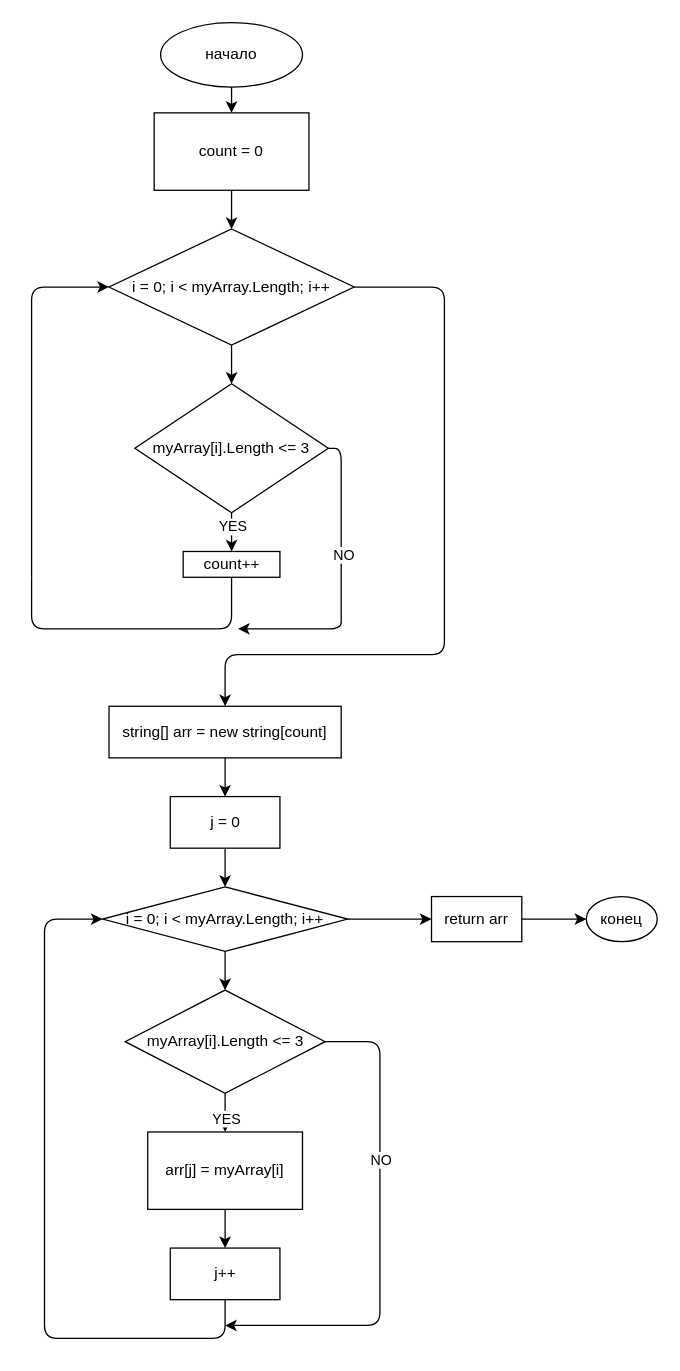
Before: block_diagram/1.drawio in AleandrSliwka/final_control_work_1, a draw.io diagram. Source tidied: cells renumbered, new cells numbered last; positions are measured from the earlier drawing's top-left corner, leaving out a move shared by most shapes. Both pictures are drawn from the tidied source at 129%, with x=0, y=0 at pixel (31, 22).
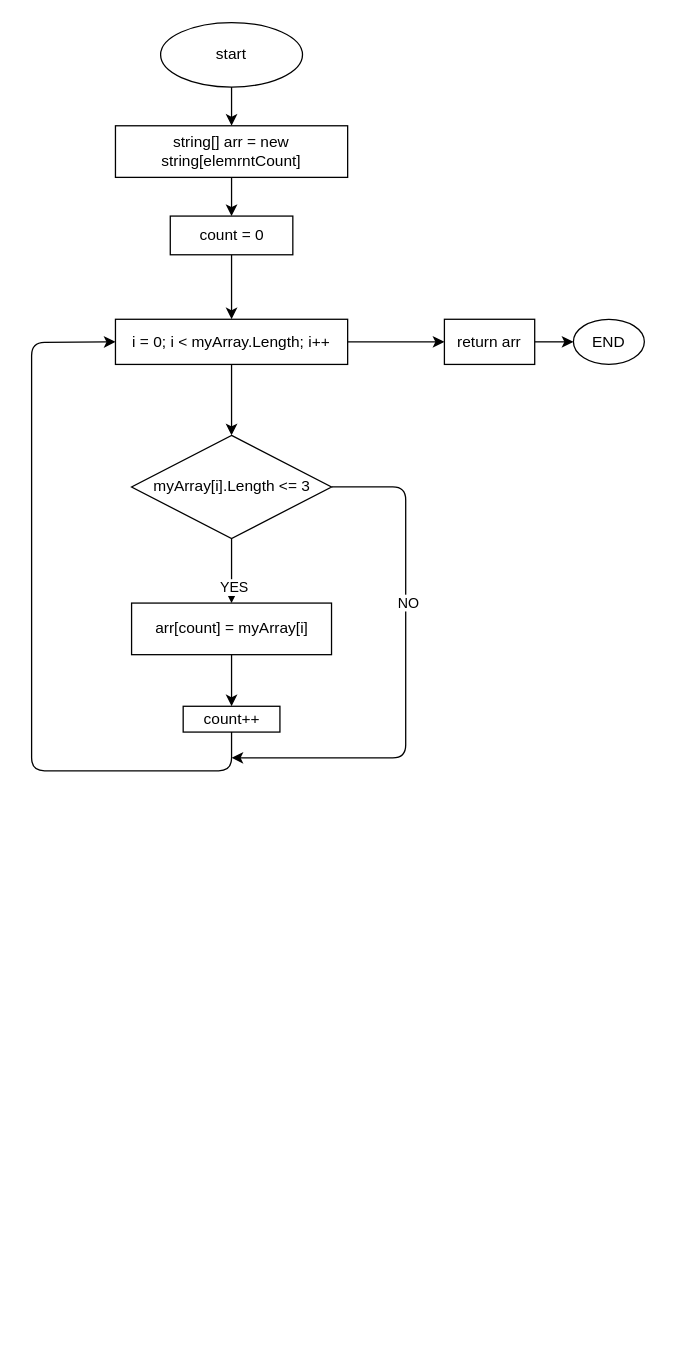
Above is the later version.

Commit message (it also covers changes not shown here):
Внес изменения в программу и в Блок-Схему

Unchanged cells that the change refers to:
```xml
<mxCell id="28" style="edgeStyle=none;html=1;" parent="1" edge="1" source="32" target="25">
  <mxGeometry relative="1" as="geometry" />
</mxCell>
```

Change to the diagram source:
```diff
@@
-    <mxCell id="2" style="edgeStyle=none;html=1;" parent="1" edge="1" source="3" target="5">
-      <mxGeometry relative="1" as="geometry" />
-    </mxCell>
+    <mxCell id="36" style="edgeStyle=none;html=1;" parent="1" edge="1" source="3" target="18">
+      <mxGeometry relative="1" as="geometry" />
+    </mxCell>
-    <mxCell id="3" value="начало" style="ellipse;whiteSpace=wrap;html=1;" parent="1" vertex="1">
+    <mxCell id="3" value="start" style="ellipse;whiteSpace=wrap;html=1;" parent="1" vertex="1">
       <mxGeometry x="100" width="110" height="50" as="geometry" />
     </mxCell>
-    <mxCell id="4" style="edgeStyle=none;html=1;" parent="1" edge="1" source="5" target="15">
-      <mxGeometry relative="1" as="geometry" />
-    </mxCell>
+    <mxCell id="37" style="edgeStyle=none;html=1;" parent="1" edge="1" source="5" target="46">
+      <mxGeometry relative="1" as="geometry" />
+    </mxCell>
     <mxCell id="5" value="count = 0" style="rounded=0;whiteSpace=wrap;html=1;" parent="1" vertex="1">
-      <mxGeometry x="95" y="70" width="120" height="60" as="geometry" />
+      <mxGeometry x="107.5" y="150" width="95" height="30" as="geometry" />
     </mxCell>
-    <mxCell id="6" style="edgeStyle=none;html=1;" parent="1" edge="1" source="10">
-      <mxGeometry relative="1" as="geometry">
-        <mxPoint x="160" y="470" as="targetPoint" />
-        <Array as="points">
-          <mxPoint x="240" y="330" />
-          <mxPoint x="240" y="450" />
-          <mxPoint x="240" y="470" />
-        </Array>
-      </mxGeometry>
-    </mxCell>
-    <mxCell id="7" value="NO" style="edgeLabel;html=1;align=center;verticalAlign=middle;" parent="6" vertex="1">
-      <mxGeometry x="-0.2" y="1" relative="1" as="geometry" />
-    </mxCell>
-    <mxCell id="8" style="edgeStyle=none;html=1;" parent="1" edge="1" source="10" target="12">
-      <mxGeometry relative="1" as="geometry" />
-    </mxCell>
-    <mxCell id="9" value="YES" style="edgeLabel;html=1;align=center;verticalAlign=middle;" parent="8" vertex="1">
-      <mxGeometry x="-0.35" relative="1" as="geometry" />
-    </mxCell>
-    <mxCell id="10" value="myArray[i].Length &amp;lt;= 3" style="rhombus;whiteSpace=wrap;html=1;" parent="1" vertex="1">
-      <mxGeometry x="80" y="280" width="150" height="100" as="geometry" />
-    </mxCell>
-    <mxCell id="11" style="edgeStyle=none;html=1;entryX=0;entryY=0.5;entryDx=0;entryDy=0;startArrow=none;" parent="1" edge="1" target="15">
-      <mxGeometry relative="1" as="geometry">
-        <mxPoint y="430" as="sourcePoint" />
-        <Array as="points">
-          <mxPoint y="205" />
-        </Array>
-      </mxGeometry>
-    </mxCell>
     <mxCell id="12" value="count++" style="rounded=0;whiteSpace=wrap;html=1;" parent="1" vertex="1">
-      <mxGeometry x="117.5" y="410" width="75" height="20" as="geometry" />
+      <mxGeometry x="117.5" y="530" width="75" height="20" as="geometry" />
     </mxCell>
-    <mxCell id="13" style="edgeStyle=none;html=1;" parent="1" edge="1" source="15" target="10">
-      <mxGeometry relative="1" as="geometry" />
-    </mxCell>
-    <mxCell id="14" style="edgeStyle=none;html=1;entryX=0.5;entryY=0;entryDx=0;entryDy=0;" parent="1" edge="1" source="15" target="18">
-      <mxGeometry relative="1" as="geometry">
-        <Array as="points">
-          <mxPoint x="320" y="205" />
-          <mxPoint x="320" y="440" />
-          <mxPoint x="320" y="490" />
-          <mxPoint x="150" y="490" />
-        </Array>
-      </mxGeometry>
-    </mxCell>
-    <mxCell id="15" value="i = 0; i &amp;lt; myArray.Length; i++" style="rhombus;whiteSpace=wrap;html=1;" parent="1" vertex="1">
-      <mxGeometry x="60" y="160" width="190" height="90" as="geometry" />
-    </mxCell>
-    <mxCell id="16" style="edgeStyle=none;html=1;exitX=0.5;exitY=1;exitDx=0;exitDy=0;endArrow=none;" parent="1" edge="1" source="12">
-      <mxGeometry relative="1" as="geometry">
-        <mxPoint y="430" as="targetPoint" />
-        <Array as="points">
-          <mxPoint x="155" y="470" />
-          <mxPoint y="470" />
-        </Array>
-      </mxGeometry>
-    </mxCell>
-    <mxCell id="17" style="edgeStyle=none;html=1;" parent="1" edge="1" source="18" target="20">
-      <mxGeometry relative="1" as="geometry" />
-    </mxCell>
+    <mxCell id="38" style="edgeStyle=none;html=1;" parent="1" edge="1" source="18" target="5">
+      <mxGeometry relative="1" as="geometry" />
+    </mxCell>
-    <mxCell id="18" value="string[] arr = new string[count]" style="rounded=0;whiteSpace=wrap;html=1;" parent="1" vertex="1">
-      <mxGeometry x="60" y="530" width="180" height="40" as="geometry" />
+    <mxCell id="18" value="string[] arr = new string[elemrntCount]" style="rounded=0;whiteSpace=wrap;html=1;" parent="1" vertex="1">
+      <mxGeometry x="65" y="80" width="180" height="40" as="geometry" />
     </mxCell>
-    <mxCell id="19" style="edgeStyle=none;html=1;" parent="1" edge="1" source="20" target="23">
-      <mxGeometry relative="1" as="geometry" />
-    </mxCell>
-    <mxCell id="20" value="j = 0" style="rounded=0;whiteSpace=wrap;html=1;" parent="1" vertex="1">
-      <mxGeometry x="107.5" y="600" width="85" height="40" as="geometry" />
-    </mxCell>
-    <mxCell id="21" style="edgeStyle=none;html=1;" parent="1" edge="1" source="23" target="32">
-      <mxGeometry relative="1" as="geometry" />
-    </mxCell>
-    <mxCell id="22" style="edgeStyle=none;html=1;" parent="1" edge="1" source="23" target="34">
-      <mxGeometry relative="1" as="geometry" />
-    </mxCell>
-    <mxCell id="23" value="i = 0; i &amp;lt; myArray.Length; i++" style="rhombus;whiteSpace=wrap;html=1;" parent="1" vertex="1">
-      <mxGeometry x="55" y="670" width="190" height="50" as="geometry" />
-    </mxCell>
-    <mxCell id="24" style="edgeStyle=none;html=1;" parent="1" edge="1" source="25" target="27">
-      <mxGeometry relative="1" as="geometry" />
-    </mxCell>
+    <mxCell id="39" style="edgeStyle=none;html=1;" parent="1" edge="1" source="25" target="12">
+      <mxGeometry relative="1" as="geometry" />
+    </mxCell>
+    <mxCell id="40" style="edgeStyle=none;html=1;entryX=0;entryY=0.5;entryDx=0;entryDy=0;exitX=0.5;exitY=1;exitDx=0;exitDy=0;" parent="1" edge="1" source="12" target="46">
+      <mxGeometry relative="1" as="geometry">
+        <Array as="points">
+          <mxPoint x="155" y="580" />
+          <mxPoint y="580" />
+          <mxPoint y="470" />
+          <mxPoint y="370" />
+          <mxPoint y="248" />
+        </Array>
+      </mxGeometry>
+    </mxCell>
-    <mxCell id="25" value="arr[j] = myArray[i]" style="rounded=0;whiteSpace=wrap;html=1;" parent="1" vertex="1">
-      <mxGeometry x="90" y="860" width="120" height="60" as="geometry" />
+    <mxCell id="25" value="arr[count] = myArray[i]" style="rounded=0;whiteSpace=wrap;html=1;" parent="1" vertex="1">
+      <mxGeometry x="77.5" y="450" width="155" height="40" as="geometry" />
     </mxCell>
-    <mxCell id="26" style="edgeStyle=none;html=1;entryX=0;entryY=0.5;entryDx=0;entryDy=0;" parent="1" edge="1" source="27" target="23">
-      <mxGeometry relative="1" as="geometry">
-        <Array as="points">
-          <mxPoint x="150" y="1020" />
-          <mxPoint x="10" y="1020" />
-          <mxPoint x="10" y="840" />
-          <mxPoint x="10" y="695" />
-        </Array>
-      </mxGeometry>
-    </mxCell>
-    <mxCell id="27" value="j++" style="rounded=0;whiteSpace=wrap;html=1;" parent="1" vertex="1">
-      <mxGeometry x="107.5" y="950" width="85" height="40" as="geometry" />
-    </mxCell>
@@
-    <mxCell id="29" value="YES" style="edgeLabel;html=1;align=center;verticalAlign=middle;" parent="28" vertex="1">
-      <mxGeometry x="0.27" relative="1" as="geometry" />
-    </mxCell>
-    <mxCell id="30" style="edgeStyle=none;html=1;" parent="1" edge="1" source="32">
-      <mxGeometry relative="1" as="geometry">
-        <mxPoint x="150" y="1010" as="targetPoint" />
-        <Array as="points">
-          <mxPoint x="270" y="790" />
-          <mxPoint x="270" y="910" />
-          <mxPoint x="270" y="1010" />
-        </Array>
-      </mxGeometry>
-    </mxCell>
-    <mxCell id="31" value="NO" style="edgeLabel;html=1;align=center;verticalAlign=middle;" parent="30" vertex="1">
-      <mxGeometry x="-0.3" relative="1" as="geometry" />
-    </mxCell>
+    <mxCell id="41" value="YES" style="edgeLabel;html=1;align=center;verticalAlign=middle;" parent="28" vertex="1">
+      <mxGeometry x="0.47" y="1" relative="1" as="geometry" />
+    </mxCell>
+    <mxCell id="42" style="edgeStyle=none;html=1;" parent="1" edge="1" source="32">
+      <mxGeometry relative="1" as="geometry">
+        <mxPoint x="155" y="570" as="targetPoint" />
+        <Array as="points">
+          <mxPoint x="290" y="360" />
+          <mxPoint x="290" y="470" />
+          <mxPoint x="290" y="570" />
+        </Array>
+      </mxGeometry>
+    </mxCell>
+    <mxCell id="43" value="NO" style="edgeLabel;html=1;align=center;verticalAlign=middle;" parent="42" vertex="1">
+      <mxGeometry x="-0.27" y="1" relative="1" as="geometry" />
+    </mxCell>
     <mxCell id="32" value="myArray[i].Length &amp;lt;= 3" style="rhombus;whiteSpace=wrap;html=1;" parent="1" vertex="1">
-      <mxGeometry x="72.5" y="750" width="155" height="80" as="geometry" />
+      <mxGeometry x="77.5" y="320" width="155" height="80" as="geometry" />
     </mxCell>
@@
     <mxCell id="34" value="return arr" style="rounded=0;whiteSpace=wrap;html=1;" parent="1" vertex="1">
-      <mxGeometry x="310" y="677.5" width="70" height="35" as="geometry" />
+      <mxGeometry x="320" y="230" width="70" height="35" as="geometry" />
     </mxCell>
-    <mxCell id="35" value="конец" style="ellipse;whiteSpace=wrap;html=1;rounded=0;" parent="1" vertex="1">
-      <mxGeometry x="430" y="677.5" width="55" height="35" as="geometry" />
+    <mxCell id="35" value="END" style="ellipse;whiteSpace=wrap;html=1;rounded=0;" parent="1" vertex="1">
+      <mxGeometry x="420" y="230" width="55" height="35" as="geometry" />
     </mxCell>
+    <mxCell id="44" style="edgeStyle=none;html=1;" parent="1" edge="1" source="46" target="32">
+      <mxGeometry relative="1" as="geometry" />
+    </mxCell>
+    <mxCell id="45" style="edgeStyle=none;html=1;" parent="1" edge="1" source="46" target="34">
+      <mxGeometry relative="1" as="geometry" />
+    </mxCell>
+    <mxCell id="46" value="i = 0; i &amp;lt; myArray.Length; i++" style="whiteSpace=wrap;html=1;rounded=0;" parent="1" vertex="1">
+      <mxGeometry x="65" y="230" width="180" height="35" as="geometry" />
+    </mxCell>
```
